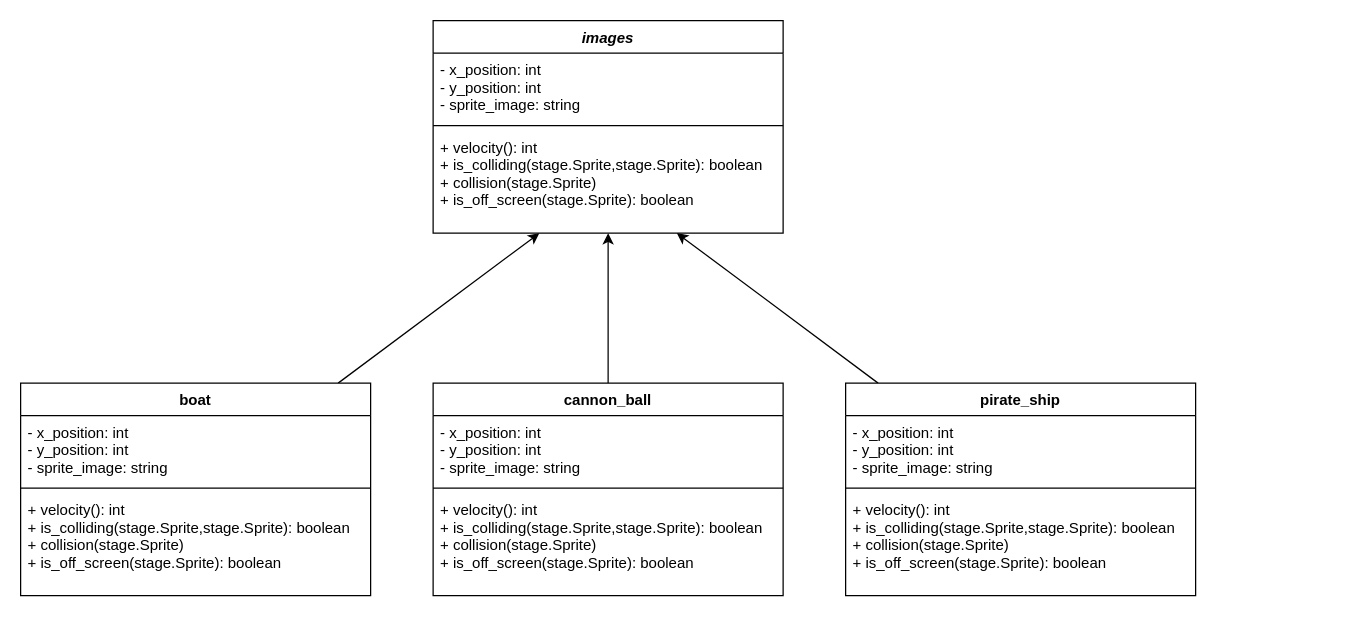
MTHS-ICS4U-1-2023/ICS4U-Final-Project-Curtis keeps this draw.io diagram as designs/classDiagram.drawio. Above is the earlier version. Source tidied: cells renumbered, new cells numbered last; positions are measured from the earlier drawing's top-left corner, leaving out a move shared by most shapes. Both pictures are drawn from the tidied source at 125%, with x=0, y=0 at pixel (20, 20).
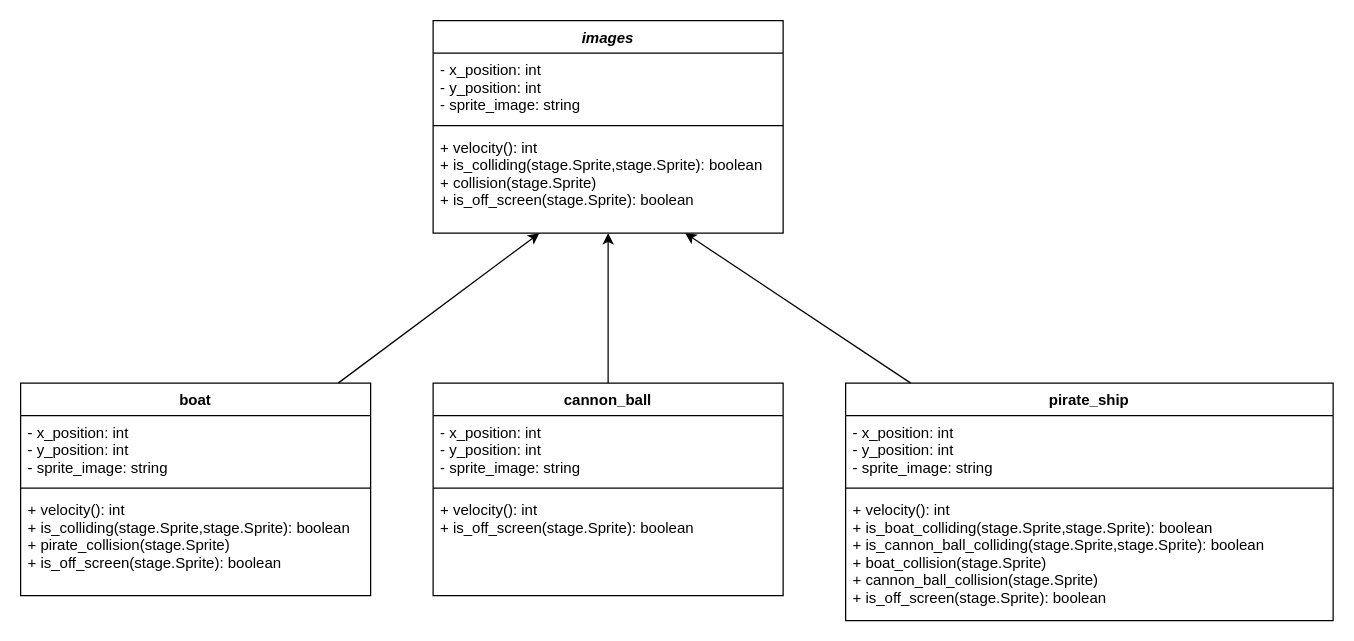
Above is the later version.

Commit message (it also covers changes not shown here):
Finished classDiagram

The change refers to these unchanged cells:
```xml
<mxCell id="7" value="boat" style="swimlane;fontStyle=1;align=center;verticalAlign=top;horizontal=1;startSize=26;" parent="1" vertex="1">
  <mxGeometry y="290" width="280" height="170" as="geometry" />
</mxCell>
<mxCell id="12" value="cannon_ball" style="swimlane;fontStyle=1;align=center;verticalAlign=top;horizontal=1;startSize=26;" parent="1" vertex="1">
  <mxGeometry x="330" y="290" width="280" height="170" as="geometry" />
</mxCell>
```

The edit, as a diff of the source:
```diff
@@
-    <mxCell id="10" value="+ velocity(): int  &#10;+ is_colliding(stage.Sprite,stage.Sprite): boolean&#10;+ collision(stage.Sprite)&#10;+ is_off_screen(stage.Sprite): boolean" style="text;strokeColor=none;fillColor=none;align=left;verticalAlign=top;spacingLeft=4;spacingRight=4;overflow=hidden;" parent="7" vertex="1">
+    <mxCell id="10" value="+ velocity(): int  &#10;+ is_colliding(stage.Sprite,stage.Sprite): boolean&#10;+ pirate_collision(stage.Sprite)&#10;+ is_off_screen(stage.Sprite): boolean" style="text;strokeColor=none;fillColor=none;align=left;verticalAlign=top;spacingLeft=4;spacingRight=4;overflow=hidden;" parent="7" vertex="1">
       <mxGeometry y="88" width="280" height="82" as="geometry" />
     </mxCell>
@@
-    <mxCell id="15" value="+ velocity(): int  &#10;+ is_colliding(stage.Sprite,stage.Sprite): boolean&#10;+ collision(stage.Sprite)&#10;+ is_off_screen(stage.Sprite): boolean" style="text;strokeColor=none;fillColor=none;align=left;verticalAlign=top;spacingLeft=4;spacingRight=4;overflow=hidden;" parent="12" vertex="1">
+    <mxCell id="15" value="+ velocity(): int&#10;+ is_off_screen(stage.Sprite): boolean" style="text;strokeColor=none;fillColor=none;align=left;verticalAlign=top;spacingLeft=4;spacingRight=4;overflow=hidden;" parent="12" vertex="1">
       <mxGeometry y="88" width="280" height="82" as="geometry" />
     </mxCell>
@@
     <mxCell id="17" value="pirate_ship" style="swimlane;fontStyle=1;align=center;verticalAlign=top;horizontal=1;startSize=26;" parent="1" vertex="1">
-      <mxGeometry x="660" y="290" width="280" height="170" as="geometry" />
+      <mxGeometry x="660" y="290" width="390" height="190" as="geometry" />
     </mxCell>
     <mxCell id="18" value="- x_position: int&#10;- y_position: int&#10;- sprite_image: string" style="text;strokeColor=none;fillColor=none;align=left;verticalAlign=top;spacingLeft=4;spacingRight=4;overflow=hidden;" parent="17" vertex="1">
-      <mxGeometry y="26" width="280" height="54" as="geometry" />
+      <mxGeometry y="26" width="390" height="54" as="geometry" />
     </mxCell>
     <mxCell id="19" style="line;strokeWidth=1;fillColor=none;align=left;verticalAlign=middle;spacingTop=-1;spacingLeft=3;spacingRight=3;labelPosition=right;strokeColor=inherit;" parent="17" vertex="1">
-      <mxGeometry y="80" width="280" height="8" as="geometry" />
+      <mxGeometry y="80" width="390" height="8" as="geometry" />
     </mxCell>
-    <mxCell id="20" value="+ velocity(): int  &#10;+ is_colliding(stage.Sprite,stage.Sprite): boolean&#10;+ collision(stage.Sprite)&#10;+ is_off_screen(stage.Sprite): boolean" style="text;strokeColor=none;fillColor=none;align=left;verticalAlign=top;spacingLeft=4;spacingRight=4;overflow=hidden;" parent="17" vertex="1">
-      <mxGeometry y="88" width="280" height="82" as="geometry" />
+    <mxCell id="20" value="+ velocity(): int  &#10;+ is_boat_colliding(stage.Sprite,stage.Sprite): boolean&#10;+ is_cannon_ball_colliding(stage.Sprite,stage.Sprite): boolean&#10;+ boat_collision(stage.Sprite)&#10;+ cannon_ball_collision(stage.Sprite)&#10;+ is_off_screen(stage.Sprite): boolean" style="text;strokeColor=none;fillColor=none;align=left;verticalAlign=top;spacingLeft=4;spacingRight=4;overflow=hidden;" parent="17" vertex="1">
+      <mxGeometry y="88" width="390" height="102" as="geometry" />
     </mxCell>
```
